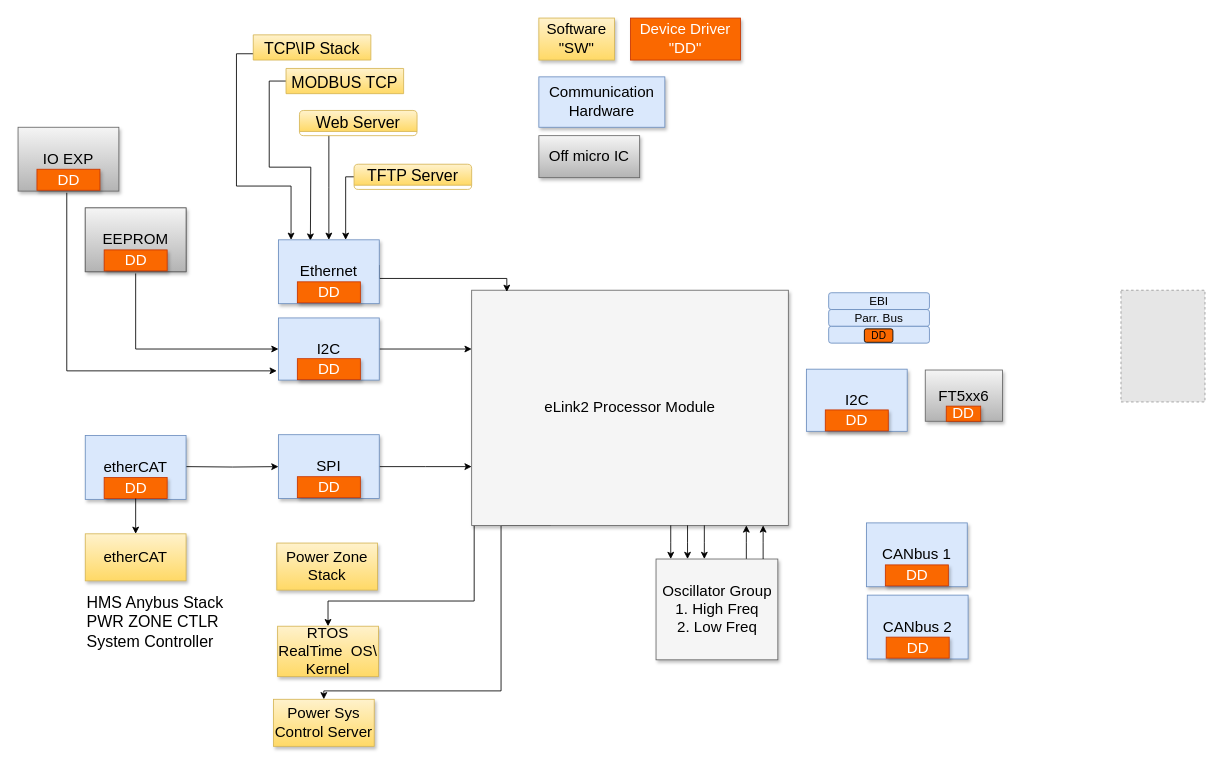
This is page "Page-1" (1 of 2) of eLink2/anatomy_fw2.drawio from vkeiper/flowcharts, a draw.io file, before an edit. Source tidied: cells renumbered, new cells numbered last; positions are measured from the earlier drawing's top-left corner, leaving out a move shared by most shapes. Both pictures are drawn from the tidied source at 84%, with x=0, y=0 at pixel (18, 18). Pictures stored in the file or linked from it are replaced by grey dashed boxes.
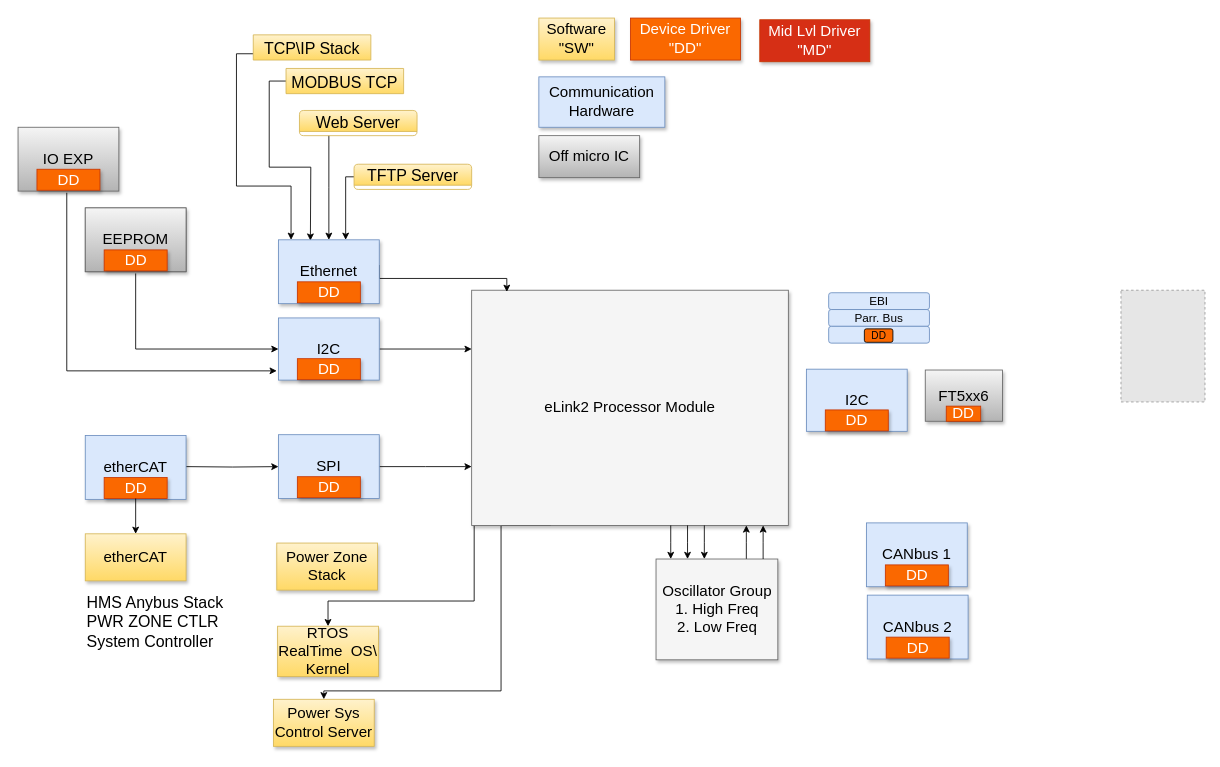
Above is the later version.

Diff of the diagram source:
```diff
@@
+    <mxCell id="71" value="Mid Lvl Driver&lt;br&gt;&quot;MD&quot;&lt;br&gt;" style="whiteSpace=wrap;html=1;shadow=1;fontSize=18;fillColor=#D62F15;strokeColor=#C73500;fontColor=#ffffff;" parent="1" vertex="1">
+      <mxGeometry x="883" y="2" width="131" height="50" as="geometry" />
+    </mxCell>
```
